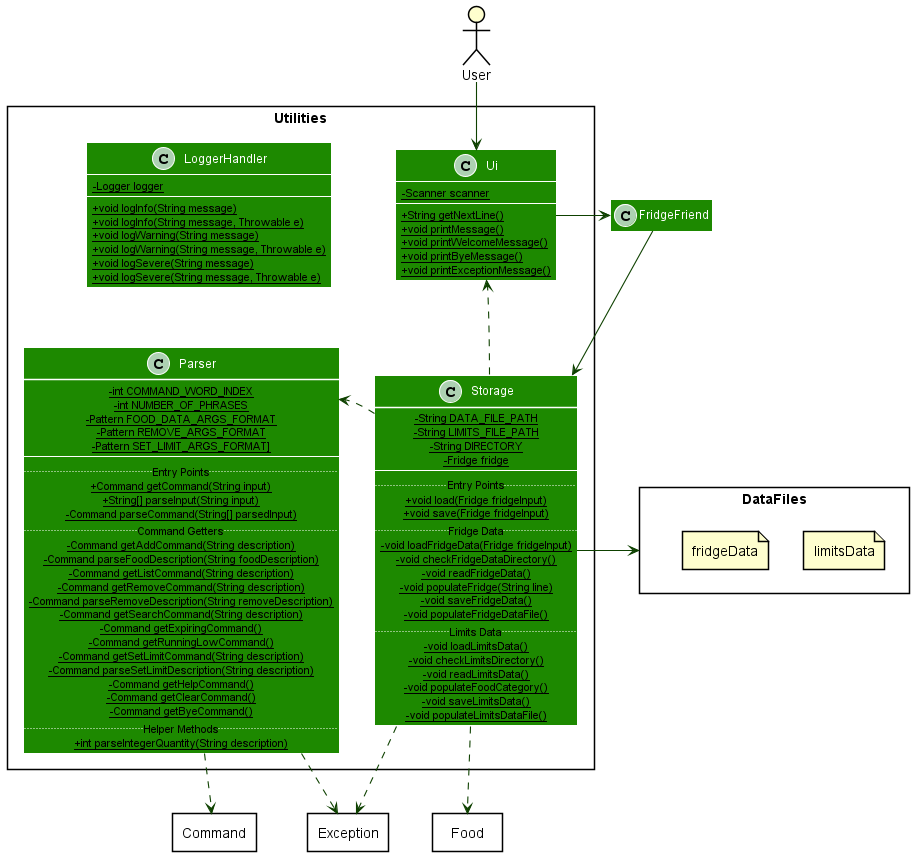
Above: docs/diagrams/diagram_images/UtilitiesClassDiagram.png in nus-cs2113-AY2021S2/tp (PlantUML), before the change.
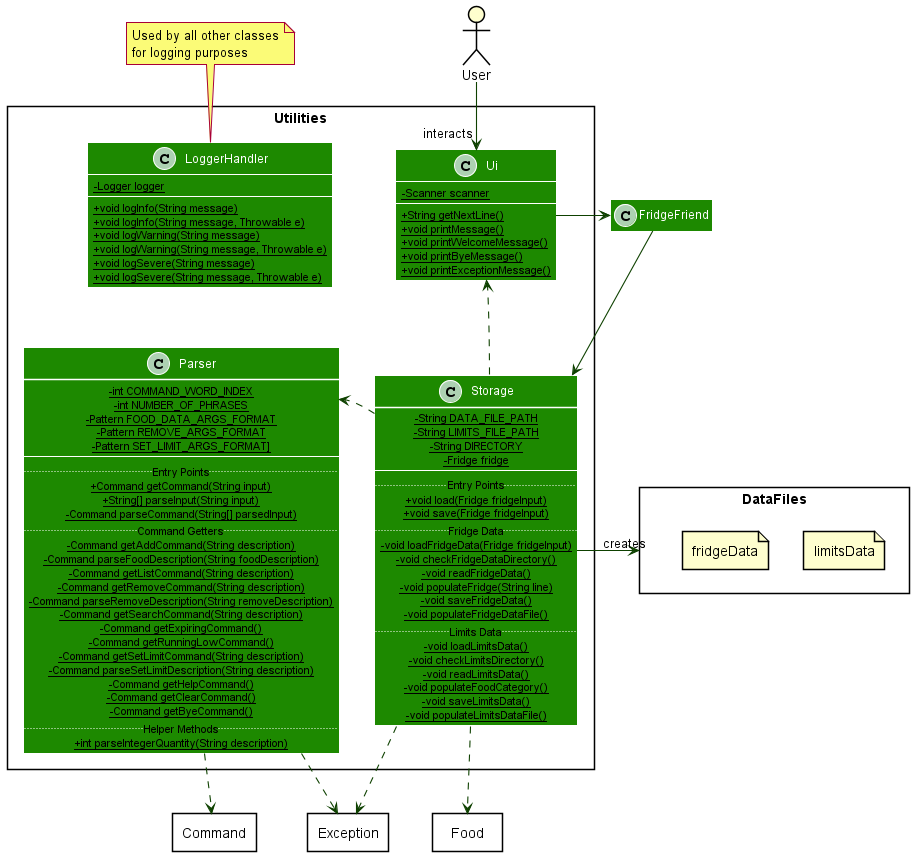
After the commit.

What changed in the source:
```diff
@@ -109,11 +109,11 @@
 Command -right[hidden]-> Exception
 Exception -right[hidden]-> Food
 Ui -right-> FridgeFriend
-Storage -right-> DataFiles
+Storage -right-> "creates" DataFiles
 DataFiles -up[hidden]-> FridgeFriend
 
 
-User --> Ui
+User --> "interacts" Ui
 Storage .down.> Food
 Storage .down.> Exception
 Storage ..> Ui
@@ -122,5 +122,6 @@
 Parser .down.> Command
 FridgeFriend --> Storage
 
+note top of LoggerHandler : Used by all other classes\nfor logging purposes
 
 @enduml
```
